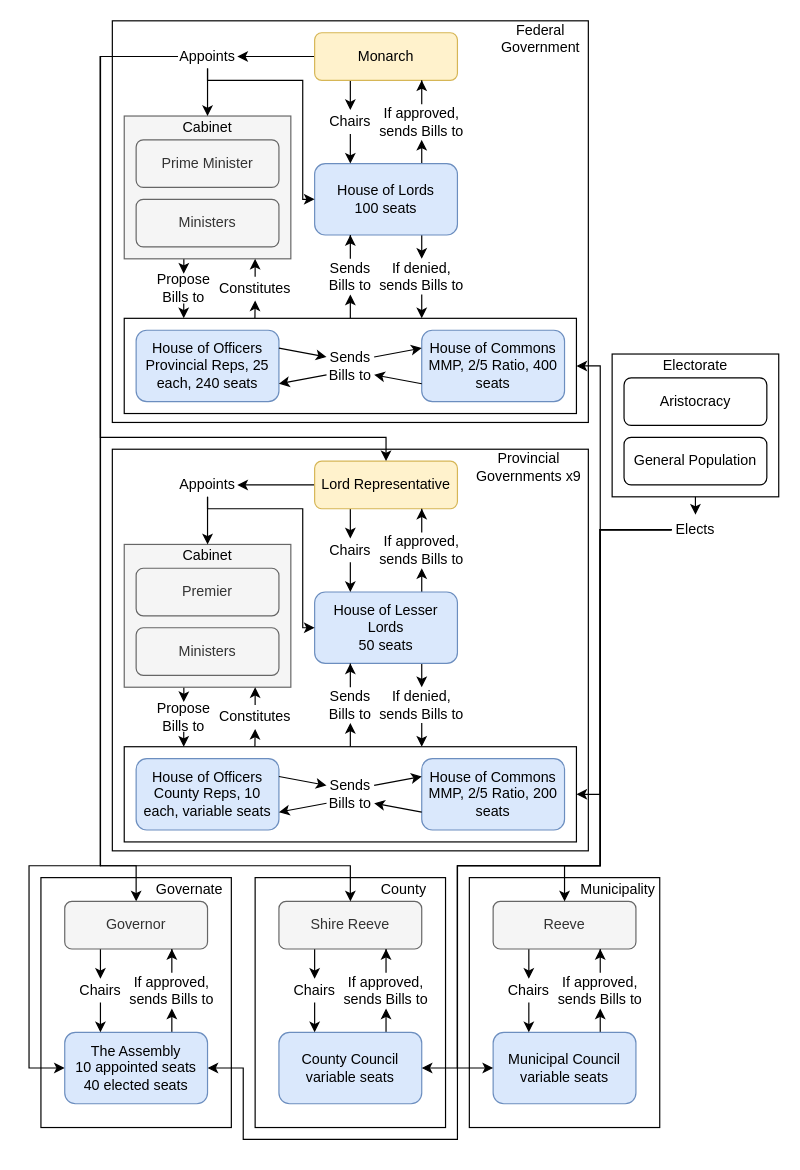
Before: Palorsenna/Palorsennan Political Org Chart.drawio in jamlamtheblue/DES-Pol, a draw.io diagram. Source tidied: cells renumbered, new cells numbered last; positions are measured from the earlier drawing's top-left corner, leaving out a move shared by most shapes. Both pictures are drawn from the tidied source at 119%, with x=0, y=0 at pixel (29, 20).
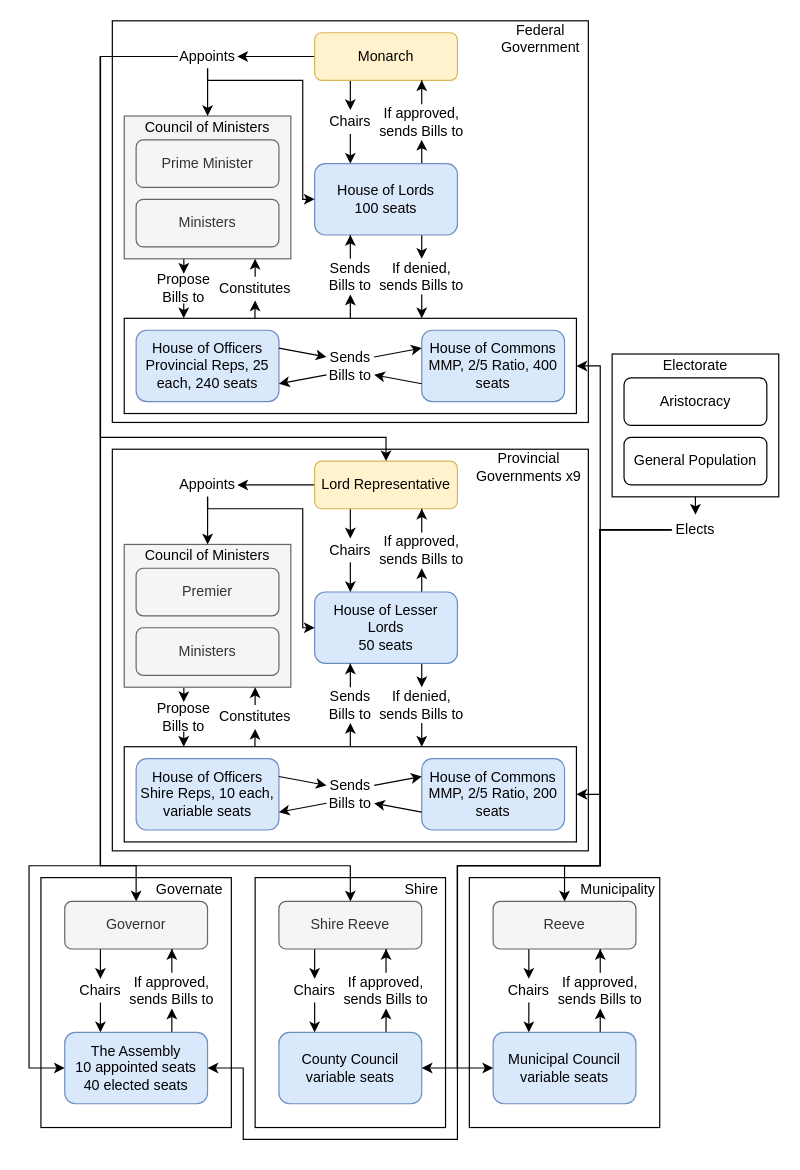
Above is the later version.

Change to the diagram source:
```diff
@@
-    <mxCell id="42" value="Cabinet" style="text;html=1;strokeColor=none;fillColor=none;align=center;verticalAlign=middle;whiteSpace=wrap;rounded=0;" parent="1" vertex="1">
-      <mxGeometry x="119.9" y="80" width="60" height="20" as="geometry" />
+    <mxCell id="42" value="Council of Ministers" style="text;html=1;strokeColor=none;fillColor=none;align=center;verticalAlign=middle;whiteSpace=wrap;rounded=0;" parent="1" vertex="1">
+      <mxGeometry x="94.9" y="80" width="110.1" height="20" as="geometry" />
     </mxCell>
@@
-    <mxCell id="63" value="House of Officers&lt;br&gt;County Reps, 10 each, variable seats" style="rounded=1;whiteSpace=wrap;html=1;fillColor=#dae8fc;strokeColor=#6c8ebf;" parent="1" vertex="1">
+    <mxCell id="63" value="House of Officers&lt;br&gt;Shire Reps, 10 each, variable seats" style="rounded=1;whiteSpace=wrap;html=1;fillColor=#dae8fc;strokeColor=#6c8ebf;" parent="1" vertex="1">
       <mxGeometry x="89.9" y="620" width="120" height="60" as="geometry" />
     </mxCell>
@@
-    <mxCell id="82" value="Cabinet" style="text;html=1;strokeColor=none;fillColor=none;align=center;verticalAlign=middle;whiteSpace=wrap;rounded=0;" parent="1" vertex="1">
-      <mxGeometry x="119.9" y="440" width="60" height="20" as="geometry" />
+    <mxCell id="82" value="Council of Ministers" style="text;html=1;strokeColor=none;fillColor=none;align=center;verticalAlign=middle;whiteSpace=wrap;rounded=0;" parent="1" vertex="1">
+      <mxGeometry x="94.9" y="440" width="110.1" height="20" as="geometry" />
     </mxCell>
@@
-    <mxCell id="119" value="County" style="text;html=1;strokeColor=none;fillColor=none;align=center;verticalAlign=middle;whiteSpace=wrap;rounded=0;" parent="1" vertex="1">
-      <mxGeometry x="279.9" y="720" width="70" height="20" as="geometry" />
+    <mxCell id="119" value="Shire" style="text;html=1;strokeColor=none;fillColor=none;align=center;verticalAlign=middle;whiteSpace=wrap;rounded=0;" parent="1" vertex="1">
+      <mxGeometry x="310" y="720" width="39.9" height="20" as="geometry" />
     </mxCell>
```
